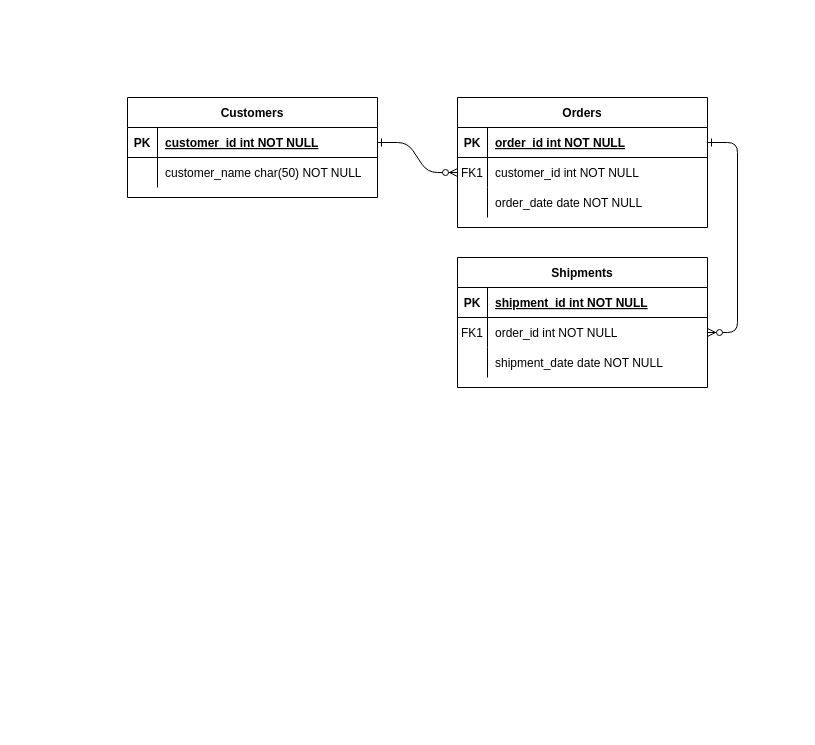
Above: Untitled Diagram.drawio in sanThin321/backendleave (draw.io), before the change. Source tidied: cells renumbered, new cells numbered last; positions are measured from the earlier drawing's top-left corner, leaving out a move shared by most shapes. Both pictures are drawn from the tidied source at 100%, with x=0, y=0 at pixel (127, 97).
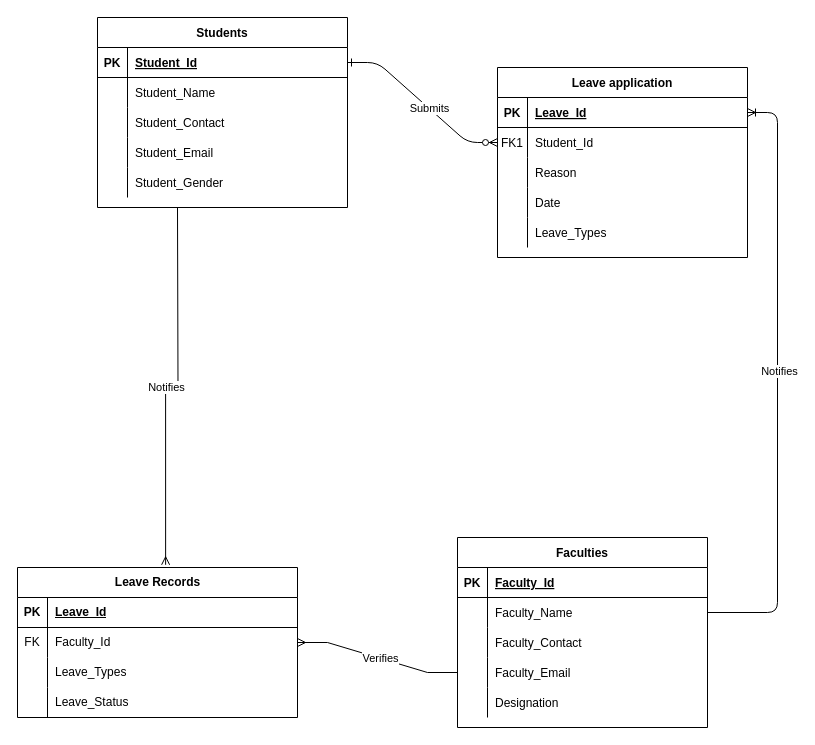
The same page after the edit.

The change refers to these unchanged cells:
```xml
<mxCell id="2" style="edgeStyle=entityRelationEdgeStyle;endArrow=ERzeroToMany;startArrow=ERone;endFill=1;startFill=0;" parent="1" edge="1" source="25" target="8">
  <mxGeometry relative="1" as="geometry" />
</mxCell>
<mxCell id="5" style="shape=partialRectangle;fillColor=none;points=[[0,0.5],[1,0.5]];portConstraint=eastwest;top=0;left=0;right=0;bottom=1;" parent="4" vertex="1">
  <mxGeometry y="30" width="250" height="30" as="geometry" />
</mxCell>
<mxCell id="8" style="shape=partialRectangle;fillColor=none;points=[[0,0.5],[1,0.5]];portConstraint=eastwest;top=0;left=0;right=0;bottom=0;" parent="4" vertex="1">
  <mxGeometry y="60" width="250" height="30" as="geometry" />
</mxCell>
<mxCell id="11" style="shape=partialRectangle;fillColor=none;top=0;left=0;right=0;bottom=0;" parent="4" vertex="1">
  <mxGeometry y="90" width="250" height="30" as="geometry" />
</mxCell>
<mxCell id="15" style="shape=partialRectangle;fillColor=none;top=0;left=0;right=0;bottom=1;" parent="14" vertex="1">
  <mxGeometry y="30" width="250" height="30" as="geometry" />
</mxCell>
<mxCell id="18" style="shape=partialRectangle;fillColor=none;points=[[0,0.5],[1,0.5]];portConstraint=eastwest;top=0;left=0;right=0;bottom=0;" parent="14" vertex="1">
  <mxGeometry y="60" width="250" height="30" as="geometry" />
</mxCell>
<mxCell id="21" style="shape=partialRectangle;fillColor=none;top=0;left=0;right=0;bottom=0;" parent="14" vertex="1">
  <mxGeometry y="90" width="250" height="30" as="geometry" />
</mxCell>
<mxCell id="25" style="shape=partialRectangle;fillColor=none;points=[[0,0.5],[1,0.5]];portConstraint=eastwest;top=0;left=0;right=0;bottom=1;" parent="24" vertex="1">
  <mxGeometry y="30" width="250" height="30" as="geometry" />
</mxCell>
<mxCell id="28" style="shape=partialRectangle;fillColor=none;top=0;left=0;right=0;bottom=0;" parent="24" vertex="1">
  <mxGeometry y="60" width="250" height="30" as="geometry" />
</mxCell>
```

Diff of the diagram source:
```diff
@@
+    <mxCell id="31" value="Submits" style="edgeLabel;html=1;align=center;verticalAlign=middle;" parent="2" vertex="1">
+      <mxGeometry x="0.1" relative="1" as="geometry" />
+    </mxCell>
-    <mxCell id="3" style="edgeStyle=entityRelationEdgeStyle;endArrow=ERzeroToMany;startArrow=ERone;endFill=1;startFill=0;" parent="1" edge="1" source="5" target="18">
+    <mxCell id="3" style="edgeStyle=entityRelationEdgeStyle;endArrow=none;startArrow=ERoneToMany;endFill=0;startFill=0;" parent="1" edge="1" source="5" target="18">
       <mxGeometry relative="1" as="geometry" />
     </mxCell>
+    <mxCell id="32" value="Notifies" style="edgeLabel;html=1;align=center;verticalAlign=middle;" parent="3" vertex="1">
+      <mxGeometry x="-0.04" y="1" relative="1" as="geometry" />
+    </mxCell>
-    <mxCell id="4" value="Orders" style="shape=table;startSize=30;childLayout=tableLayout;rowLines=0;fontStyle=1;align=center;" parent="1" vertex="1">
-      <mxGeometry x="330" width="250" height="130" as="geometry" />
+    <mxCell id="4" value="Leave application" style="shape=table;startSize=30;childLayout=tableLayout;rowLines=0;fontStyle=1;align=center;" parent="1" vertex="1">
+      <mxGeometry x="370" y="-30" width="250" height="190" as="geometry" />
     </mxCell>
@@
-    <mxCell id="7" value="order_id int NOT NULL " style="shape=partialRectangle;overflow=hidden;fillColor=none;top=0;left=0;bottom=0;right=0;align=left;spacingLeft=6;fontStyle=5;" parent="5" vertex="1">
+    <mxCell id="7" value="Leave_Id" style="shape=partialRectangle;overflow=hidden;fillColor=none;top=0;left=0;bottom=0;right=0;align=left;spacingLeft=6;fontStyle=5;" parent="5" vertex="1">
       <mxGeometry x="30" width="220" height="30" as="geometry" />
     </mxCell>
@@
-    <mxCell id="10" value="customer_id int NOT NULL" style="shape=partialRectangle;overflow=hidden;fillColor=none;top=0;left=0;bottom=0;right=0;align=left;spacingLeft=6;" parent="8" vertex="1">
+    <mxCell id="10" value="Student_Id" style="shape=partialRectangle;overflow=hidden;fillColor=none;top=0;left=0;bottom=0;right=0;align=left;spacingLeft=6;" parent="8" vertex="1">
       <mxGeometry x="30" width="220" height="30" as="geometry" />
     </mxCell>
@@
-    <mxCell id="13" value="order_date date NOT NULL" style="shape=partialRectangle;overflow=hidden;fillColor=none;top=0;left=0;bottom=0;right=0;align=left;spacingLeft=6;" parent="11" vertex="1">
+    <mxCell id="13" value="Reason" style="shape=partialRectangle;overflow=hidden;fillColor=none;top=0;left=0;bottom=0;right=0;align=left;spacingLeft=6;" parent="11" vertex="1">
       <mxGeometry x="30" width="220" height="30" as="geometry" />
     </mxCell>
+    <mxCell id="33" style="shape=partialRectangle;fillColor=none;top=0;left=0;right=0;bottom=0;" parent="4" vertex="1">
+      <mxGeometry y="120" width="250" height="30" as="geometry" />
+    </mxCell>
+    <mxCell id="34" style="shape=partialRectangle;overflow=hidden;fillColor=none;top=0;left=0;bottom=0;right=0;" parent="33" vertex="1">
+      <mxGeometry width="30" height="30" as="geometry" />
+    </mxCell>
+    <mxCell id="35" value="Date  " style="shape=partialRectangle;overflow=hidden;fillColor=none;top=0;left=0;bottom=0;right=0;align=left;spacingLeft=6;" parent="33" vertex="1">
+      <mxGeometry x="30" width="220" height="30" as="geometry" />
+    </mxCell>
+    <mxCell id="36" style="shape=partialRectangle;fillColor=none;top=0;left=0;right=0;bottom=0;" parent="4" vertex="1">
+      <mxGeometry y="150" width="250" height="30" as="geometry" />
+    </mxCell>
+    <mxCell id="37" style="shape=partialRectangle;overflow=hidden;fillColor=none;top=0;left=0;bottom=0;right=0;" parent="36" vertex="1">
+      <mxGeometry width="30" height="30" as="geometry" />
+    </mxCell>
+    <mxCell id="38" value="Leave_Types" style="shape=partialRectangle;overflow=hidden;fillColor=none;top=0;left=0;bottom=0;right=0;align=left;spacingLeft=6;" parent="36" vertex="1">
+      <mxGeometry x="30" width="220" height="30" as="geometry" />
+    </mxCell>
-    <mxCell id="14" value="Shipments" style="shape=table;startSize=30;childLayout=tableLayout;rowLines=0;fontStyle=1;align=center;" parent="1" vertex="1">
-      <mxGeometry x="330" y="160" width="250" height="130" as="geometry" />
+    <mxCell id="14" value="Faculties" style="shape=table;startSize=30;childLayout=tableLayout;rowLines=0;fontStyle=1;align=center;" parent="1" vertex="1">
+      <mxGeometry x="330" y="440" width="250" height="190" as="geometry" />
     </mxCell>
@@
-    <mxCell id="17" value="shipment_id int NOT NULL " style="shape=partialRectangle;overflow=hidden;fillColor=none;top=0;left=0;bottom=0;right=0;align=left;spacingLeft=6;fontStyle=5;" parent="15" vertex="1">
+    <mxCell id="17" value="Faculty_Id" style="shape=partialRectangle;overflow=hidden;fillColor=none;top=0;left=0;bottom=0;right=0;align=left;spacingLeft=6;fontStyle=5;" parent="15" vertex="1">
       <mxGeometry x="30" width="220" height="30" as="geometry" />
     </mxCell>
@@
-    <mxCell id="19" value="FK1" style="shape=partialRectangle;overflow=hidden;fillColor=none;top=0;left=0;bottom=0;right=0;" parent="18" vertex="1">
+    <mxCell id="19" style="shape=partialRectangle;overflow=hidden;fillColor=none;top=0;left=0;bottom=0;right=0;" parent="18" vertex="1">
       <mxGeometry width="30" height="30" as="geometry" />
     </mxCell>
-    <mxCell id="20" value="order_id int NOT NULL" style="shape=partialRectangle;overflow=hidden;fillColor=none;top=0;left=0;bottom=0;right=0;align=left;spacingLeft=6;" parent="18" vertex="1">
+    <mxCell id="20" value="Faculty_Name" style="shape=partialRectangle;overflow=hidden;fillColor=none;top=0;left=0;bottom=0;right=0;align=left;spacingLeft=6;" parent="18" vertex="1">
       <mxGeometry x="30" width="220" height="30" as="geometry" />
     </mxCell>
@@
-    <mxCell id="23" value="shipment_date date NOT NULL" style="shape=partialRectangle;overflow=hidden;fillColor=none;top=0;left=0;bottom=0;right=0;align=left;spacingLeft=6;" parent="21" vertex="1">
+    <mxCell id="23" value="Faculty_Contact" style="shape=partialRectangle;overflow=hidden;fillColor=none;top=0;left=0;bottom=0;right=0;align=left;spacingLeft=6;" parent="21" vertex="1">
       <mxGeometry x="30" width="220" height="30" as="geometry" />
     </mxCell>
+    <mxCell id="39" style="shape=partialRectangle;fillColor=none;points=[[0,0.5],[1,0.5]];portConstraint=eastwest;top=0;left=0;right=0;bottom=0;" parent="14" vertex="1">
+      <mxGeometry y="120" width="250" height="30" as="geometry" />
+    </mxCell>
+    <mxCell id="40" style="shape=partialRectangle;overflow=hidden;fillColor=none;top=0;left=0;bottom=0;right=0;" parent="39" vertex="1">
+      <mxGeometry width="30" height="30" as="geometry" />
+    </mxCell>
+    <mxCell id="41" value="Faculty_Email" style="shape=partialRectangle;overflow=hidden;fillColor=none;top=0;left=0;bottom=0;right=0;align=left;spacingLeft=6;" parent="39" vertex="1">
+      <mxGeometry x="30" width="220" height="30" as="geometry" />
+    </mxCell>
+    <mxCell id="42" style="shape=partialRectangle;fillColor=none;top=0;left=0;right=0;bottom=0;" parent="14" vertex="1">
+      <mxGeometry y="150" width="250" height="30" as="geometry" />
+    </mxCell>
+    <mxCell id="43" style="shape=partialRectangle;overflow=hidden;fillColor=none;top=0;left=0;bottom=0;right=0;" parent="42" vertex="1">
+      <mxGeometry width="30" height="30" as="geometry" />
+    </mxCell>
+    <mxCell id="44" value="Designation" style="shape=partialRectangle;overflow=hidden;fillColor=none;top=0;left=0;bottom=0;right=0;align=left;spacingLeft=6;" parent="42" vertex="1">
+      <mxGeometry x="30" width="220" height="30" as="geometry" />
+    </mxCell>
-    <mxCell id="24" value="Customers" style="shape=table;startSize=30;childLayout=tableLayout;rowLines=0;fontStyle=1;align=center;" parent="1" vertex="1">
-      <mxGeometry width="250" height="100" as="geometry" />
+    <mxCell id="24" value="Students" style="shape=table;startSize=30;childLayout=tableLayout;rowLines=0;fontStyle=1;align=center;" parent="1" vertex="1">
+      <mxGeometry x="-30" y="-80" width="250" height="190" as="geometry" />
     </mxCell>
@@
-    <mxCell id="27" value="customer_id int NOT NULL " style="shape=partialRectangle;overflow=hidden;fillColor=none;top=0;left=0;bottom=0;right=0;align=left;spacingLeft=6;fontStyle=5;" parent="25" vertex="1">
+    <mxCell id="27" value="Student_Id" style="shape=partialRectangle;overflow=hidden;fillColor=none;top=0;left=0;bottom=0;right=0;align=left;spacingLeft=6;fontStyle=5;" parent="25" vertex="1">
       <mxGeometry x="30" width="220" height="30" as="geometry" />
     </mxCell>
@@
-    <mxCell id="30" value="customer_name char(50) NOT NULL" style="shape=partialRectangle;overflow=hidden;fillColor=none;top=0;left=0;bottom=0;right=0;align=left;spacingLeft=6;" parent="28" vertex="1">
+    <mxCell id="30" value="Student_Name" style="shape=partialRectangle;overflow=hidden;fillColor=none;top=0;left=0;bottom=0;right=0;align=left;spacingLeft=6;" parent="28" vertex="1">
       <mxGeometry x="30" width="220" height="30" as="geometry" />
     </mxCell>
+    <mxCell id="45" style="shape=partialRectangle;fillColor=none;top=0;left=0;right=0;bottom=0;" parent="24" vertex="1">
+      <mxGeometry y="90" width="250" height="30" as="geometry" />
+    </mxCell>
+    <mxCell id="46" style="shape=partialRectangle;overflow=hidden;fillColor=none;top=0;left=0;bottom=0;right=0;" parent="45" vertex="1">
+      <mxGeometry width="30" height="30" as="geometry" />
+    </mxCell>
+    <mxCell id="47" value="Student_Contact" style="shape=partialRectangle;overflow=hidden;fillColor=none;top=0;left=0;bottom=0;right=0;align=left;spacingLeft=6;" parent="45" vertex="1">
+      <mxGeometry x="30" width="220" height="30" as="geometry" />
+    </mxCell>
+    <mxCell id="48" style="shape=partialRectangle;fillColor=none;top=0;left=0;right=0;bottom=0;" parent="24" vertex="1">
+      <mxGeometry y="120" width="250" height="30" as="geometry" />
+    </mxCell>
+    <mxCell id="49" style="shape=partialRectangle;overflow=hidden;fillColor=none;top=0;left=0;bottom=0;right=0;" parent="48" vertex="1">
+      <mxGeometry width="30" height="30" as="geometry" />
+    </mxCell>
+    <mxCell id="50" value="Student_Email" style="shape=partialRectangle;overflow=hidden;fillColor=none;top=0;left=0;bottom=0;right=0;align=left;spacingLeft=6;" parent="48" vertex="1">
+      <mxGeometry x="30" width="220" height="30" as="geometry" />
+    </mxCell>
+    <mxCell id="51" style="shape=partialRectangle;fillColor=none;top=0;left=0;right=0;bottom=0;" parent="24" vertex="1">
+      <mxGeometry y="150" width="250" height="30" as="geometry" />
+    </mxCell>
+    <mxCell id="52" style="shape=partialRectangle;overflow=hidden;fillColor=none;top=0;left=0;bottom=0;right=0;" parent="51" vertex="1">
+      <mxGeometry width="30" height="30" as="geometry" />
+    </mxCell>
+    <mxCell id="53" value="Student_Gender" style="shape=partialRectangle;overflow=hidden;fillColor=none;top=0;left=0;bottom=0;right=0;align=left;spacingLeft=6;" parent="51" vertex="1">
+      <mxGeometry x="30" width="220" height="30" as="geometry" />
+    </mxCell>
+    <mxCell id="54" value="Leave Records" style="shape=table;startSize=30;childLayout=tableLayout;rowLines=0;fontStyle=1;align=center;html=1;" parent="1" vertex="1">
+      <mxGeometry x="-110" y="470" width="280" height="150" as="geometry" />
+    </mxCell>
+    <mxCell id="55" style="shape=tableRow;horizontal=0;startSize=0;swimlaneHead=0;swimlaneBody=0;fillColor=none;top=0;left=0;right=0;bottom=1;" parent="54" vertex="1">
+      <mxGeometry y="30" width="280" height="30" as="geometry" />
+    </mxCell>
+    <mxCell id="56" value="PK" style="shape=partialRectangle;fillColor=none;top=0;left=0;bottom=0;right=0;fontStyle=1;overflow=hidden;whiteSpace=wrap;html=1;" parent="55" vertex="1">
+      <mxGeometry width="30" height="30" as="geometry" />
+    </mxCell>
+    <mxCell id="57" value="Leave_Id" style="shape=partialRectangle;fillColor=none;top=0;left=0;bottom=0;right=0;align=left;spacingLeft=6;fontStyle=5;overflow=hidden;whiteSpace=wrap;html=1;" parent="55" vertex="1">
+      <mxGeometry x="30" width="250" height="30" as="geometry" />
+    </mxCell>
+    <mxCell id="58" style="shape=tableRow;horizontal=0;startSize=0;swimlaneHead=0;swimlaneBody=0;fillColor=none;points=[[0,0.5],[1,0.5]];portConstraint=eastwest;top=0;left=0;right=0;bottom=0;" parent="54" vertex="1">
+      <mxGeometry y="60" width="280" height="30" as="geometry" />
+    </mxCell>
+    <mxCell id="59" value="FK" style="shape=partialRectangle;fillColor=none;top=0;left=0;bottom=0;right=0;overflow=hidden;whiteSpace=wrap;html=1;" parent="58" vertex="1">
+      <mxGeometry width="30" height="30" as="geometry" />
+    </mxCell>
+    <mxCell id="60" value="Faculty_Id" style="shape=partialRectangle;fillColor=none;top=0;left=0;bottom=0;right=0;align=left;spacingLeft=6;overflow=hidden;whiteSpace=wrap;html=1;" parent="58" vertex="1">
+      <mxGeometry x="30" width="250" height="30" as="geometry" />
+    </mxCell>
+    <mxCell id="61" style="shape=tableRow;horizontal=0;startSize=0;swimlaneHead=0;swimlaneBody=0;fillColor=none;top=0;left=0;right=0;bottom=0;" parent="54" vertex="1">
+      <mxGeometry y="90" width="280" height="30" as="geometry" />
+    </mxCell>
+    <mxCell id="62" style="shape=partialRectangle;fillColor=none;top=0;left=0;bottom=0;right=0;overflow=hidden;whiteSpace=wrap;html=1;" parent="61" vertex="1">
+      <mxGeometry width="30" height="30" as="geometry" />
+    </mxCell>
+    <mxCell id="63" value="Leave_Types" style="shape=partialRectangle;fillColor=none;top=0;left=0;bottom=0;right=0;align=left;spacingLeft=6;overflow=hidden;whiteSpace=wrap;html=1;" parent="61" vertex="1">
+      <mxGeometry x="30" width="250" height="30" as="geometry" />
+    </mxCell>
+    <mxCell id="64" style="shape=tableRow;horizontal=0;startSize=0;swimlaneHead=0;swimlaneBody=0;fillColor=none;top=0;left=0;right=0;bottom=0;" parent="54" vertex="1">
+      <mxGeometry y="120" width="280" height="30" as="geometry" />
+    </mxCell>
+    <mxCell id="65" style="shape=partialRectangle;fillColor=none;top=0;left=0;bottom=0;right=0;overflow=hidden;whiteSpace=wrap;html=1;" parent="64" vertex="1">
+      <mxGeometry width="30" height="30" as="geometry" />
+    </mxCell>
+    <mxCell id="66" value="Leave_Status" style="shape=partialRectangle;fillColor=none;top=0;left=0;bottom=0;right=0;align=left;spacingLeft=6;overflow=hidden;whiteSpace=wrap;html=1;" parent="64" vertex="1">
+      <mxGeometry x="30" width="250" height="30" as="geometry" />
+    </mxCell>
+    <mxCell id="67" style="edgeStyle=entityRelationEdgeStyle;fontSize=12;html=1;endArrow=ERmany;rounded=0;entryX=1;entryY=0.5;entryDx=0;entryDy=0;exitX=0;exitY=0.5;exitDx=0;exitDy=0;" parent="1" edge="1" source="39" target="58">
+      <mxGeometry relative="1" as="geometry" />
+    </mxCell>
+    <mxCell id="68" value="Verifies" style="edgeLabel;html=1;align=center;verticalAlign=middle;" parent="67" vertex="1">
+      <mxGeometry x="-0.03" relative="1" as="geometry" />
+    </mxCell>
+    <mxCell id="69" style="edgeStyle=orthogonalEdgeStyle;fontSize=12;html=1;endArrow=none;rounded=0;endFill=0;startArrow=ERmany;startFill=0;exitX=0.529;exitY=-0.018;exitDx=0;exitDy=0;exitPerimeter=0;" parent="1" edge="1" source="54">
+      <mxGeometry relative="1" as="geometry">
+        <mxPoint x="50" y="110" as="targetPoint" />
+      </mxGeometry>
+    </mxCell>
+    <mxCell id="70" value="Notifies" style="edgeLabel;html=1;align=center;verticalAlign=middle;" parent="69" vertex="1">
+      <mxGeometry x="-0.04" y="1" relative="1" as="geometry" />
+    </mxCell>
```
